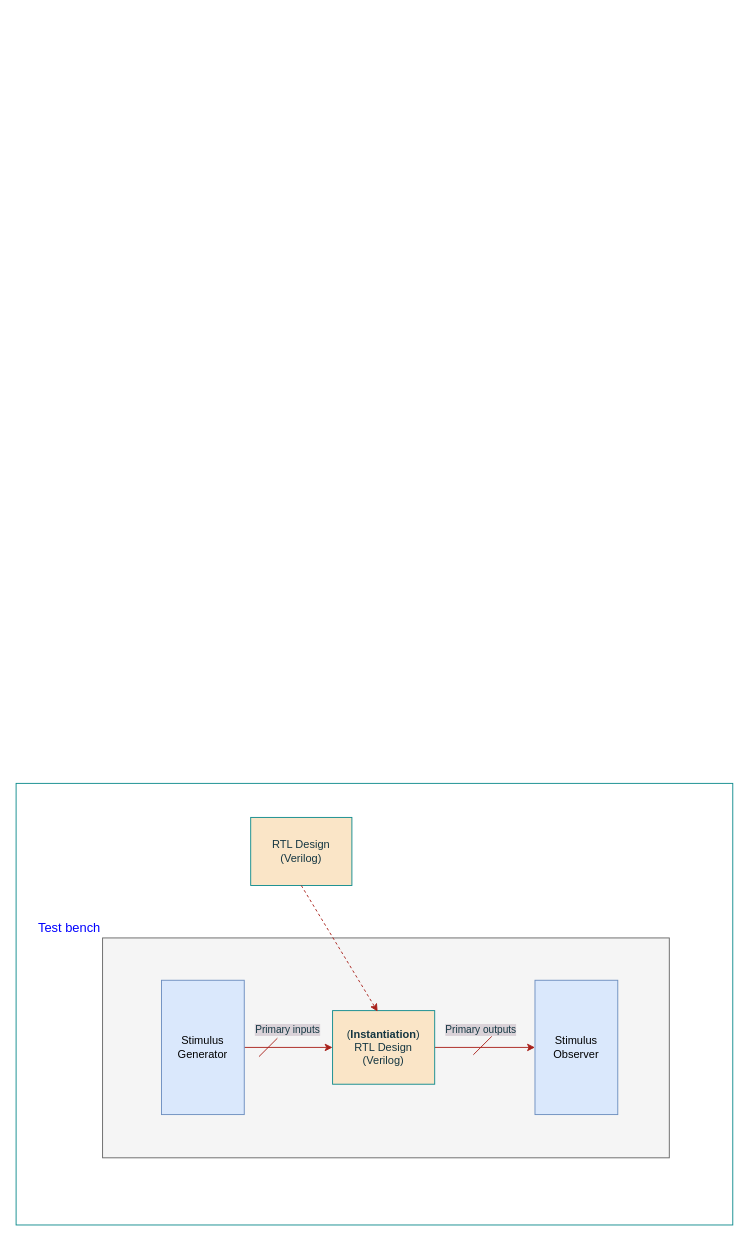
Earlier version of the draw.io diagram page "Simulation" (1 of 4) of assets/diagrams.drawio (kambadur/sky130RTLDesignAndSynthesisWorkshop). Source tidied: cells renumbered, new cells numbered last; positions are measured from the earlier drawing's top-left corner, leaving out a move shared by most shapes. Both pictures are drawn from the tidied source at 92%, with x=0, y=0 at pixel (16, 783).
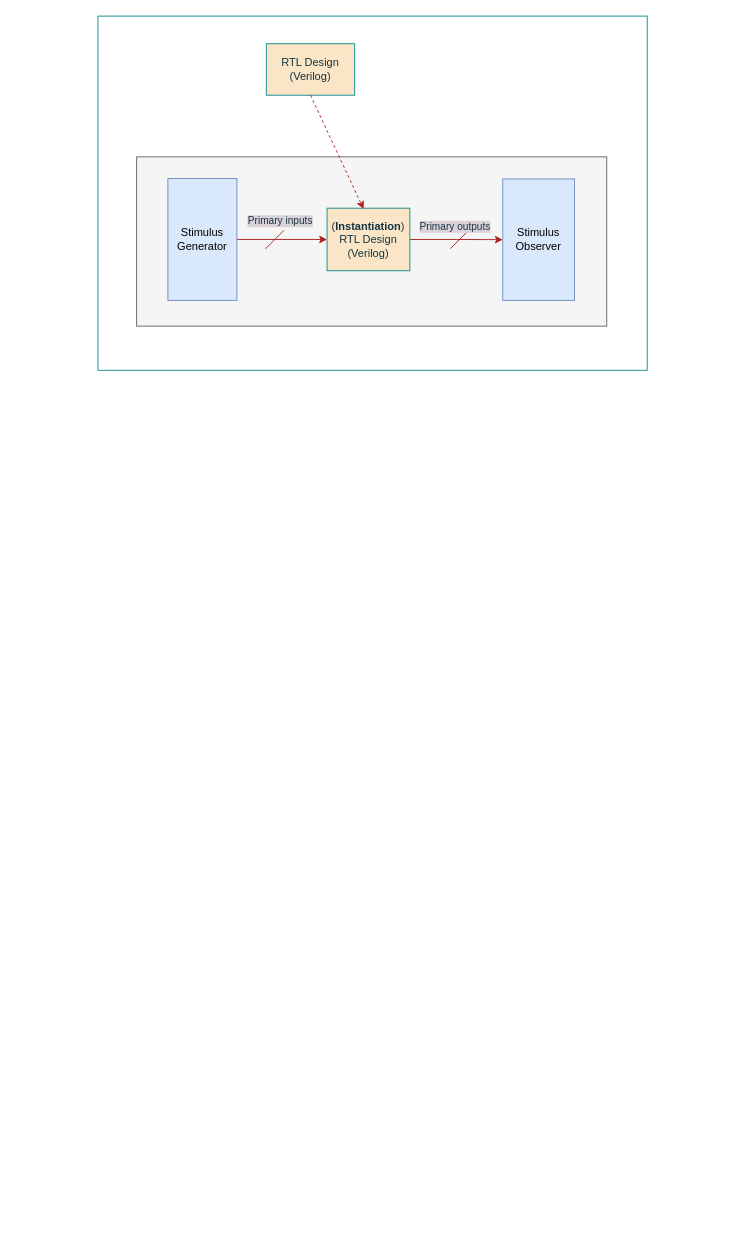
Above is the later version.

Diff of the diagram source:
```diff
@@
 <mxGraphModel>
   <root>
     <mxCell id="0" />
     <mxCell id="1" parent="0" />
     <mxCell id="2" value="RTL Design&lt;br&gt;(Verilog)" style="rounded=0;whiteSpace=wrap;html=1;fillColor=#FAE5C7;strokeColor=#0F8B8D;fontColor=#143642;" parent="1" vertex="1">
-      <mxGeometry x="255" y="37" width="110" height="74" as="geometry" />
+      <mxGeometry x="272" y="-804" width="96" height="56" as="geometry" />
     </mxCell>
-    <mxCell id="3" value="&lt;div style=&quot;text-align: center; font-size: 14px;&quot;&gt;&lt;/div&gt;&lt;font color=&quot;#0000ff&quot; style=&quot;font-size: 14px;&quot;&gt;Test bench&lt;/font&gt;" style="rounded=0;whiteSpace=wrap;html=1;labelPosition=left;verticalLabelPosition=top;align=right;verticalAlign=bottom;horizontal=1;fontSize=14;fillColor=#f5f5f5;fontColor=#333333;strokeColor=#666666;" parent="1" vertex="1">
-      <mxGeometry x="94" y="168" width="616" height="239" as="geometry" />
+    <mxCell id="3" value="&lt;div style=&quot;text-align: center ; font-size: 14px&quot;&gt;&lt;/div&gt;" style="rounded=0;whiteSpace=wrap;html=1;labelPosition=left;verticalLabelPosition=top;align=right;verticalAlign=bottom;horizontal=1;fontSize=14;fillColor=#f5f5f5;fontColor=#333333;strokeColor=#666666;" parent="1" vertex="1">
+      <mxGeometry x="131" y="-681" width="511" height="184" as="geometry" />
     </mxCell>
     <mxCell id="4" style="edgeStyle=orthogonalEdgeStyle;rounded=0;jettySize=auto;html=1;labelBackgroundColor=#DAD2D8;strokeColor=#A8201A;fontColor=#143642;" parent="1" edge="1" source="5" target="13">
       <mxGeometry relative="1" as="geometry" />
     </mxCell>
     <mxCell id="5" value="(&lt;b&gt;Instantiation&lt;/b&gt;)&lt;br&gt;RTL Design&lt;br&gt;(Verilog)" style="rounded=0;whiteSpace=wrap;html=1;fillColor=#FAE5C7;strokeColor=#0F8B8D;fontColor=#143642;" parent="1" vertex="1">
-      <mxGeometry x="344" y="247" width="111" height="80" as="geometry" />
+      <mxGeometry x="338" y="-625.2" width="90" height="68" as="geometry" />
     </mxCell>
     <mxCell id="6" style="edgeStyle=orthogonalEdgeStyle;rounded=0;jettySize=auto;html=1;entryX=0;entryY=0.5;entryDx=0;entryDy=0;labelBackgroundColor=#DAD2D8;strokeColor=#A8201A;fontColor=#143642;" parent="1" edge="1" source="8" target="5">
       <mxGeometry relative="1" as="geometry" />
     </mxCell>
     <mxCell id="7" value="Primary inputs" style="edgeLabel;html=1;align=center;verticalAlign=middle;fontColor=#143642;rounded=0;labelBackgroundColor=#DAD2D8;" parent="6" vertex="1">
       <mxGeometry x="-0.32" y="1" relative="1" as="geometry">
         <mxPoint x="13" y="-19" as="offset" />
       </mxGeometry>
     </mxCell>
     <mxCell id="8" value="Stimulus &lt;br&gt;Generator" style="rounded=0;whiteSpace=wrap;html=1;fillColor=#dae8fc;strokeColor=#6c8ebf;" parent="1" vertex="1">
-      <mxGeometry x="158" y="214" width="90" height="146" as="geometry" />
+      <mxGeometry x="165" y="-657.5" width="75" height="132.5" as="geometry" />
     </mxCell>
     <mxCell id="9" style="endArrow=none;html=1;rounded=0;labelBackgroundColor=#DAD2D8;strokeColor=#A8201A;fontColor=#143642;" parent="1" edge="1">
       <mxGeometry relative="1" as="geometry">
-        <mxPoint x="264" y="297" as="sourcePoint" />
-        <mxPoint x="284" y="277" as="targetPoint" />
+        <mxPoint x="271" y="-581" as="sourcePoint" />
+        <mxPoint x="291" y="-601" as="targetPoint" />
       </mxGeometry>
     </mxCell>
     <mxCell id="10" style="endArrow=none;html=1;rounded=0;labelBackgroundColor=#DAD2D8;strokeColor=#A8201A;fontColor=#143642;" parent="1" edge="1">
       <mxGeometry relative="1" as="geometry">
-        <mxPoint x="497" y="295" as="sourcePoint" />
-        <mxPoint x="517" y="275" as="targetPoint" />
+        <mxPoint x="472" y="-581.2" as="sourcePoint" />
+        <mxPoint x="492" y="-601.2" as="targetPoint" />
       </mxGeometry>
     </mxCell>
     <mxCell id="11" style="endArrow=classic;html=1;rounded=0;exitX=0.5;exitY=1;exitDx=0;exitDy=0;fillColor=#FAE5C7;strokeColor=#A8201A;dashed=1;entryX=0.441;entryY=0.013;entryDx=0;entryDy=0;entryPerimeter=0;labelBackgroundColor=#DAD2D8;fontColor=#143642;" parent="1" edge="1" source="2" target="5">
       <mxGeometry relative="1" as="geometry" />
     </mxCell>
     <mxCell id="12" value="Primary outputs" style="edgeLabel;html=1;align=center;verticalAlign=middle;fontColor=#143642;rounded=0;labelBackgroundColor=#DAD2D8;" parent="1" vertex="1">
-      <mxGeometry x="524" y="267" as="geometry">
+      <mxGeometry x="496" y="-606" as="geometry">
         <mxPoint x="-20" as="offset" />
       </mxGeometry>
     </mxCell>
     <mxCell id="13" value="Stimulus &lt;br&gt;Observer" style="rounded=0;whiteSpace=wrap;html=1;fillColor=#dae8fc;strokeColor=#6c8ebf;" parent="1" vertex="1">
-      <mxGeometry x="564" y="214" width="90" height="146" as="geometry" />
+      <mxGeometry x="529" y="-657" width="78" height="132" as="geometry" />
     </mxCell>
-    <mxCell id="14" style="rounded=0;whiteSpace=wrap;html=1;fillColor=none;strokeColor=#0F8B8D;fontColor=#143642;" parent="1" vertex="1">
-      <mxGeometry width="779" height="480" as="geometry" />
-    </mxCell>
+    <mxCell id="15" style="rounded=0;whiteSpace=wrap;html=1;fillColor=none;strokeColor=#0F8B8D;fontColor=#143642;" parent="1" vertex="1">
+      <mxGeometry x="89" y="-834" width="597" height="385" as="geometry" />
+    </mxCell>
   </root>
 </mxGraphModel>
```
